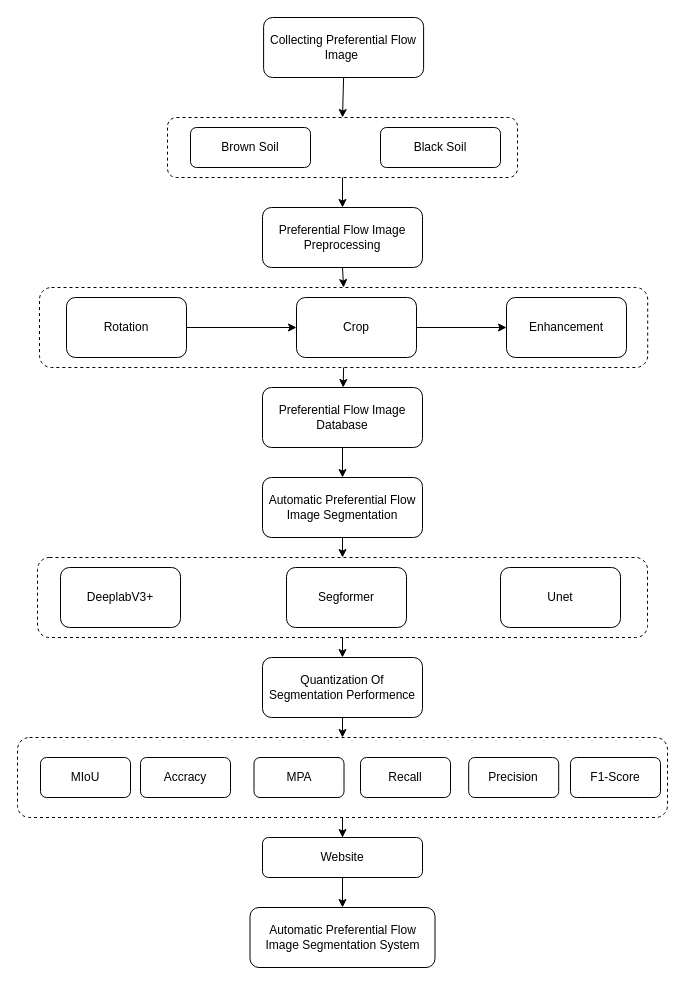
Above: 未命名绘图.drawio in lhy-nw1217/Draw (draw.io), before the change. Source tidied: cells renumbered, new cells numbered last; positions are measured from the earlier drawing's top-left corner, leaving out a move shared by most shapes. Both pictures are drawn from the tidied source at 100%, with x=0, y=0 at pixel (17, 17).
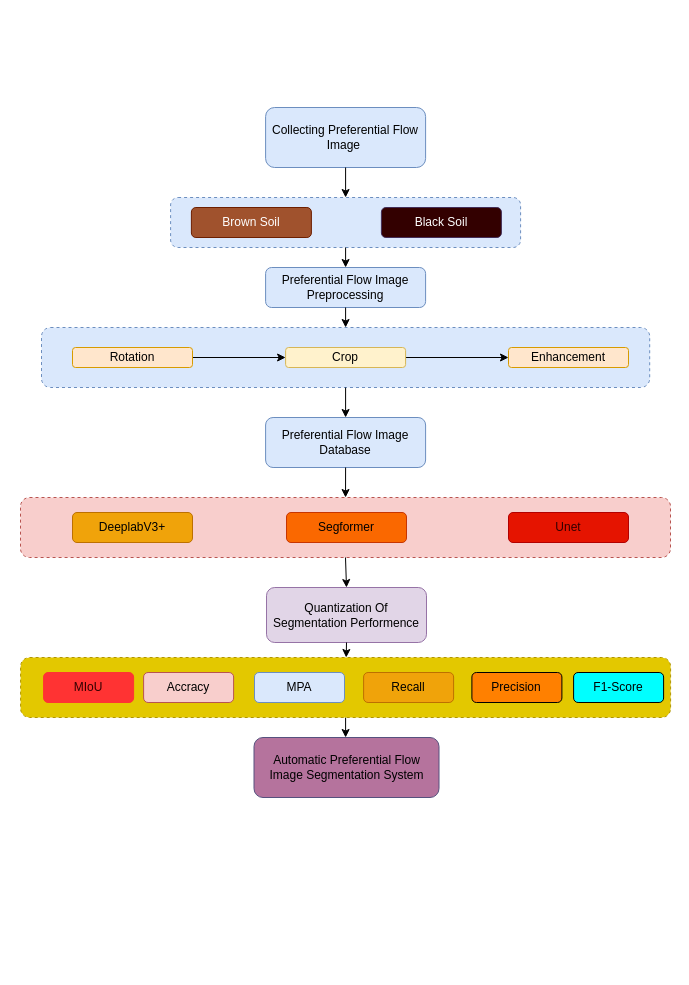
Above is the later version.

Commit message:
Update 未命名绘图.drawio

What changed in the source:
```diff
@@
-    <mxCell id="2" style="rounded=1;whiteSpace=wrap;html=1;dashed=1;" parent="1" vertex="1">
-      <mxGeometry x="22" y="270" width="608.2" height="80" as="geometry" />
+    <mxCell id="2" style="rounded=1;whiteSpace=wrap;html=1;dashed=1;fillColor=#dae8fc;strokeColor=#6c8ebf;" parent="1" vertex="1">
+      <mxGeometry x="24" y="310" width="608.2" height="60" as="geometry" />
     </mxCell>
@@
-    <mxCell id="4" value="Rotation" style="rounded=1;whiteSpace=wrap;html=1;" parent="1" vertex="1">
-      <mxGeometry x="49" y="280" width="120" height="60" as="geometry" />
+    <mxCell id="4" value="Rotation" style="rounded=1;whiteSpace=wrap;html=1;fillColor=#ffe6cc;strokeColor=#d79b00;" parent="1" vertex="1">
+      <mxGeometry x="55" y="330" width="120" height="20" as="geometry" />
     </mxCell>
@@
-    <mxCell id="6" value="Crop" style="rounded=1;whiteSpace=wrap;html=1;" parent="1" vertex="1">
-      <mxGeometry x="279" y="280" width="120" height="60" as="geometry" />
+    <mxCell id="6" value="Crop" style="rounded=1;whiteSpace=wrap;html=1;fillColor=#fff2cc;strokeColor=#d6b656;" parent="1" vertex="1">
+      <mxGeometry x="268.1" y="330" width="120" height="20" as="geometry" />
     </mxCell>
-    <mxCell id="7" value="Enhancement" style="rounded=1;whiteSpace=wrap;html=1;" parent="1" vertex="1">
-      <mxGeometry x="489" y="280" width="120" height="60" as="geometry" />
+    <mxCell id="7" value="Enhancement" style="rounded=1;whiteSpace=wrap;html=1;fillColor=#ffe6cc;strokeColor=#d79b00;" parent="1" vertex="1">
+      <mxGeometry x="491" y="330" width="120" height="20" as="geometry" />
     </mxCell>
-    <mxCell id="8" style="edgeStyle=orthogonalEdgeStyle;rounded=0;jettySize=auto;html=1;" parent="1" edge="1" source="9" target="10">
-      <mxGeometry relative="1" as="geometry" />
-    </mxCell>
-    <mxCell id="9" value="Preferential Flow Image Database" style="rounded=1;whiteSpace=wrap;html=1;" parent="1" vertex="1">
-      <mxGeometry x="245" y="370" width="160" height="60" as="geometry" />
+    <mxCell id="9" value="Preferential Flow Image Database" style="rounded=1;whiteSpace=wrap;html=1;fillColor=#dae8fc;strokeColor=#6c8ebf;" parent="1" vertex="1">
+      <mxGeometry x="248.1" y="400" width="160" height="50" as="geometry" />
     </mxCell>
-    <mxCell id="10" value="Automatic Preferential Flow Image Segmentation" style="rounded=1;whiteSpace=wrap;html=1;" parent="1" vertex="1">
-      <mxGeometry x="245" y="460" width="160" height="60" as="geometry" />
-    </mxCell>
-    <mxCell id="11" style="rounded=1;whiteSpace=wrap;html=1;dashed=1;" parent="1" vertex="1">
-      <mxGeometry x="20" y="540" width="610" height="80" as="geometry" />
+    <mxCell id="11" style="rounded=1;whiteSpace=wrap;html=1;dashed=1;fillColor=#f8cecc;strokeColor=#b85450;" parent="1" vertex="1">
+      <mxGeometry x="3" y="480" width="650" height="60" as="geometry" />
     </mxCell>
-    <mxCell id="12" value="DeeplabV3+" style="rounded=1;whiteSpace=wrap;html=1;" parent="1" vertex="1">
-      <mxGeometry x="43" y="550" width="120" height="60" as="geometry" />
+    <mxCell id="12" value="DeeplabV3+" style="rounded=1;whiteSpace=wrap;html=1;fillColor=#f0a30a;fontColor=#000000;strokeColor=#BD7000;" parent="1" vertex="1">
+      <mxGeometry x="55" y="495" width="120" height="30" as="geometry" />
     </mxCell>
-    <mxCell id="13" value="Segformer" style="rounded=1;whiteSpace=wrap;html=1;" parent="1" vertex="1">
-      <mxGeometry x="269" y="550" width="120" height="60" as="geometry" />
+    <mxCell id="13" value="Segformer" style="rounded=1;whiteSpace=wrap;html=1;fillColor=#fa6800;fontColor=#000000;strokeColor=#C73500;" parent="1" vertex="1">
+      <mxGeometry x="269" y="495" width="120" height="30" as="geometry" />
     </mxCell>
-    <mxCell id="14" value="Unet" style="rounded=1;whiteSpace=wrap;html=1;" parent="1" vertex="1">
-      <mxGeometry x="483" y="550" width="120" height="60" as="geometry" />
+    <mxCell id="14" value="&lt;font color=&quot;#330000&quot;&gt;Unet&lt;/font&gt;" style="rounded=1;whiteSpace=wrap;html=1;fillColor=#e51400;fontColor=#ffffff;strokeColor=#B20000;" parent="1" vertex="1">
+      <mxGeometry x="491" y="495" width="120" height="30" as="geometry" />
     </mxCell>
-    <mxCell id="15" style="edgeStyle=orthogonalEdgeStyle;rounded=0;jettySize=auto;html=1;" parent="1" edge="1" source="16" target="27">
-      <mxGeometry relative="1" as="geometry" />
-    </mxCell>
+    <mxCell id="40" style="edgeStyle=orthogonalEdgeStyle;rounded=0;jettySize=auto;html=1;" parent="1" edge="1" source="16" target="28">
+      <mxGeometry relative="1" as="geometry" />
+    </mxCell>
-    <mxCell id="16" style="rounded=1;whiteSpace=wrap;html=1;dashed=1;" parent="1" vertex="1">
-      <mxGeometry y="720" width="650" height="80" as="geometry" />
+    <mxCell id="16" style="rounded=1;whiteSpace=wrap;html=1;dashed=1;fillColor=#e3c800;fontColor=#000000;strokeColor=#B09500;" parent="1" vertex="1">
+      <mxGeometry x="3.1" y="640" width="650" height="60" as="geometry" />
     </mxCell>
-    <mxCell id="17" value="Preferential Flow Image Preprocessing" style="rounded=1;whiteSpace=wrap;html=1;" parent="1" vertex="1">
-      <mxGeometry x="245" y="190" width="160" height="60" as="geometry" />
+    <mxCell id="17" value="Preferential Flow Image Preprocessing" style="rounded=1;whiteSpace=wrap;html=1;fillColor=#dae8fc;strokeColor=#6c8ebf;" parent="1" vertex="1">
+      <mxGeometry x="248.1" y="250" width="160" height="40" as="geometry" />
     </mxCell>
-    <mxCell id="18" value="Quantization Of Segmentation Performence" style="rounded=1;whiteSpace=wrap;html=1;" parent="1" vertex="1">
-      <mxGeometry x="245" y="640" width="160" height="60" as="geometry" />
+    <mxCell id="18" value="Quantization Of Segmentation Performence" style="rounded=1;whiteSpace=wrap;html=1;fillColor=#e1d5e7;strokeColor=#9673a6;" parent="1" vertex="1">
+      <mxGeometry x="249" y="570" width="160" height="55" as="geometry" />
     </mxCell>
-    <mxCell id="19" value="MIoU" style="rounded=1;whiteSpace=wrap;html=1;" parent="1" vertex="1">
-      <mxGeometry x="23" y="740" width="90" height="40" as="geometry" />
+    <mxCell id="19" value="&lt;font style=&quot;background-color: rgb(255, 51, 51);&quot; color=&quot;#330000&quot;&gt;MIoU&lt;/font&gt;" style="rounded=1;whiteSpace=wrap;html=1;fillColor=#FF3333;strokeColor=#FF3333;fontColor=#ffffff;" parent="1" vertex="1">
+      <mxGeometry x="26.1" y="655" width="90" height="30" as="geometry" />
     </mxCell>
-    <mxCell id="20" value="Accracy" style="rounded=1;whiteSpace=wrap;html=1;" parent="1" vertex="1">
-      <mxGeometry x="123" y="740" width="90" height="40" as="geometry" />
+    <mxCell id="20" value="Accracy" style="rounded=1;whiteSpace=wrap;html=1;fillColor=#f8cecc;strokeColor=#b85450;" parent="1" vertex="1">
+      <mxGeometry x="126.1" y="655" width="90" height="30" as="geometry" />
     </mxCell>
-    <mxCell id="21" value="MPA" style="rounded=1;whiteSpace=wrap;html=1;" parent="1" vertex="1">
-      <mxGeometry x="236.5" y="740" width="90" height="40" as="geometry" />
+    <mxCell id="21" value="MPA" style="rounded=1;whiteSpace=wrap;html=1;fillColor=#dae8fc;strokeColor=#6c8ebf;" parent="1" vertex="1">
+      <mxGeometry x="237" y="655" width="90" height="30" as="geometry" />
     </mxCell>
-    <mxCell id="22" value="Recall" style="rounded=1;whiteSpace=wrap;html=1;" parent="1" vertex="1">
-      <mxGeometry x="343" y="740" width="90" height="40" as="geometry" />
+    <mxCell id="22" value="Recall" style="rounded=1;whiteSpace=wrap;html=1;fillColor=#f0a30a;fontColor=#000000;strokeColor=#BD7000;" parent="1" vertex="1">
+      <mxGeometry x="346.1" y="655" width="90" height="30" as="geometry" />
     </mxCell>
-    <mxCell id="23" value="Precision" style="rounded=1;whiteSpace=wrap;html=1;" parent="1" vertex="1">
-      <mxGeometry x="451.2" y="740" width="90" height="40" as="geometry" />
+    <mxCell id="23" value="Precision" style="rounded=1;whiteSpace=wrap;html=1;fillColor=#FF8000;" parent="1" vertex="1">
+      <mxGeometry x="454.4" y="655" width="90" height="30" as="geometry" />
     </mxCell>
-    <mxCell id="24" value="F1-Score" style="rounded=1;whiteSpace=wrap;html=1;" parent="1" vertex="1">
-      <mxGeometry x="553" y="740" width="90" height="40" as="geometry" />
+    <mxCell id="24" value="F1-Score" style="rounded=1;whiteSpace=wrap;html=1;fillColor=#00FFFF;" parent="1" vertex="1">
+      <mxGeometry x="556.1" y="655" width="90" height="30" as="geometry" />
     </mxCell>
@@
-    <mxCell id="26" style="edgeStyle=orthogonalEdgeStyle;rounded=0;jettySize=auto;html=1;" parent="1" edge="1" source="27" target="28">
-      <mxGeometry relative="1" as="geometry" />
-    </mxCell>
-    <mxCell id="27" value="Website" style="rounded=1;whiteSpace=wrap;html=1;" parent="1" vertex="1">
-      <mxGeometry x="245" y="820" width="160" height="40" as="geometry" />
-    </mxCell>
-    <mxCell id="28" value="Automatic Preferential Flow Image Segmentation System" style="rounded=1;whiteSpace=wrap;html=1;" parent="1" vertex="1">
-      <mxGeometry x="232.5" y="890" width="185" height="60" as="geometry" />
+    <mxCell id="28" value="Automatic Preferential Flow Image Segmentation System" style="rounded=1;whiteSpace=wrap;html=1;fillColor=#B5739D;strokeColor=#56517e;" parent="1" vertex="1">
+      <mxGeometry x="236.5" y="720" width="185" height="60" as="geometry" />
     </mxCell>
-    <mxCell id="29" value="Collecting Preferential Flow Image&amp;nbsp;" style="rounded=1;whiteSpace=wrap;html=1;" parent="1" vertex="1">
-      <mxGeometry x="246.1" width="160" height="60" as="geometry" />
+    <mxCell id="29" value="Collecting Preferential Flow Image&amp;nbsp;" style="rounded=1;whiteSpace=wrap;html=1;fillColor=#dae8fc;strokeColor=#6c8ebf;" parent="1" vertex="1">
+      <mxGeometry x="248.1" y="90" width="160" height="60" as="geometry" />
     </mxCell>
-    <mxCell id="30" style="rounded=1;whiteSpace=wrap;html=1;dashed=1;" parent="1" vertex="1">
-      <mxGeometry x="150" y="100" width="350" height="60" as="geometry" />
+    <mxCell id="30" style="rounded=1;whiteSpace=wrap;html=1;dashed=1;fillColor=#dae8fc;strokeColor=#6c8ebf;" parent="1" vertex="1">
+      <mxGeometry x="153.1" y="180" width="350" height="50" as="geometry" />
     </mxCell>
-    <mxCell id="31" value="Brown Soil" style="rounded=1;whiteSpace=wrap;html=1;" parent="1" vertex="1">
-      <mxGeometry x="173" y="110" width="120" height="40" as="geometry" />
+    <mxCell id="31" value="Brown Soil" style="rounded=1;whiteSpace=wrap;html=1;fillColor=#a0522d;strokeColor=#6D1F00;fontColor=#ffffff;" parent="1" vertex="1">
+      <mxGeometry x="173.9" y="190" width="120" height="30" as="geometry" />
     </mxCell>
-    <mxCell id="32" value="Black Soil" style="rounded=1;whiteSpace=wrap;html=1;" parent="1" vertex="1">
-      <mxGeometry x="363" y="110" width="120" height="40" as="geometry" />
+    <mxCell id="32" value="Black Soil" style="rounded=1;whiteSpace=wrap;html=1;fillColor=#330000;fontColor=#ffffff;strokeColor=#432D57;" parent="1" vertex="1">
+      <mxGeometry x="363.9" y="190" width="120" height="30" as="geometry" />
     </mxCell>
@@
-    <mxCell id="35" style="endArrow=classic;html=1;rounded=0;exitX=0.5;exitY=1;exitDx=0;exitDy=0;entryX=0.5;entryY=0;entryDx=0;entryDy=0;" parent="1" edge="1" source="10" target="11">
-      <mxGeometry relative="1" as="geometry" />
-    </mxCell>
@@
-    <mxCell id="37" style="endArrow=classic;html=1;rounded=0;exitX=0.5;exitY=1;exitDx=0;exitDy=0;entryX=0.5;entryY=0;entryDx=0;entryDy=0;" parent="1" edge="1" source="18" target="16">
-      <mxGeometry relative="1" as="geometry" />
-    </mxCell>
@@
+    <mxCell id="41" style="endArrow=classic;html=1;rounded=0;exitX=0.5;exitY=1;exitDx=0;exitDy=0;" parent="1" edge="1" source="9" target="11">
+      <mxGeometry relative="1" as="geometry" />
+    </mxCell>
+    <mxCell id="37" style="endArrow=classic;html=1;rounded=0;exitX=0.5;exitY=1;exitDx=0;exitDy=0;" parent="1" edge="1" source="18" target="16">
+      <mxGeometry relative="1" as="geometry" />
+    </mxCell>
```
